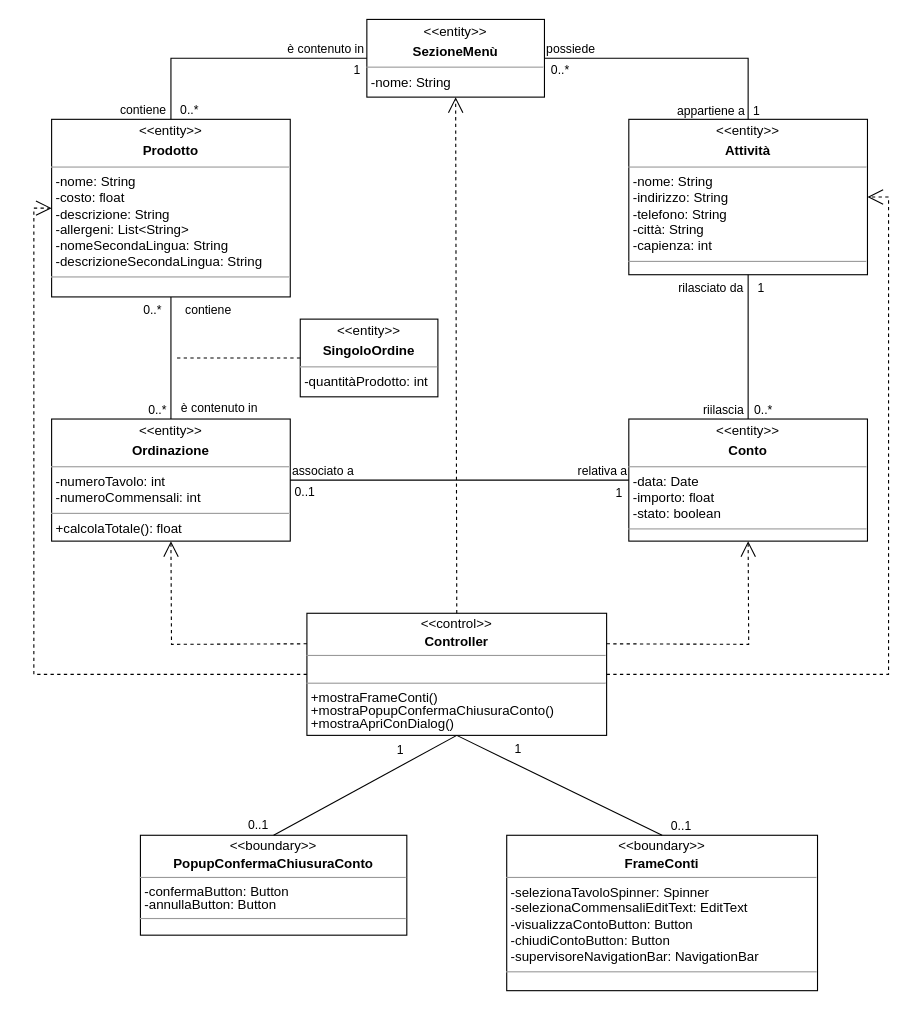
The draw.io diagram Documentazione/Class Diagram/Analisi/drawio/Analysis Class Diagram - Gestisce Conto.drawio in vittorioruggiero/Progetto-IngSw, before the edit. Source tidied: cells renumbered, new cells numbered last; positions are measured from the earlier drawing's top-left corner, leaving out a move shared by most shapes. Both pictures are drawn from the tidied source at 111%, with x=0, y=0 at pixel (33, 19).
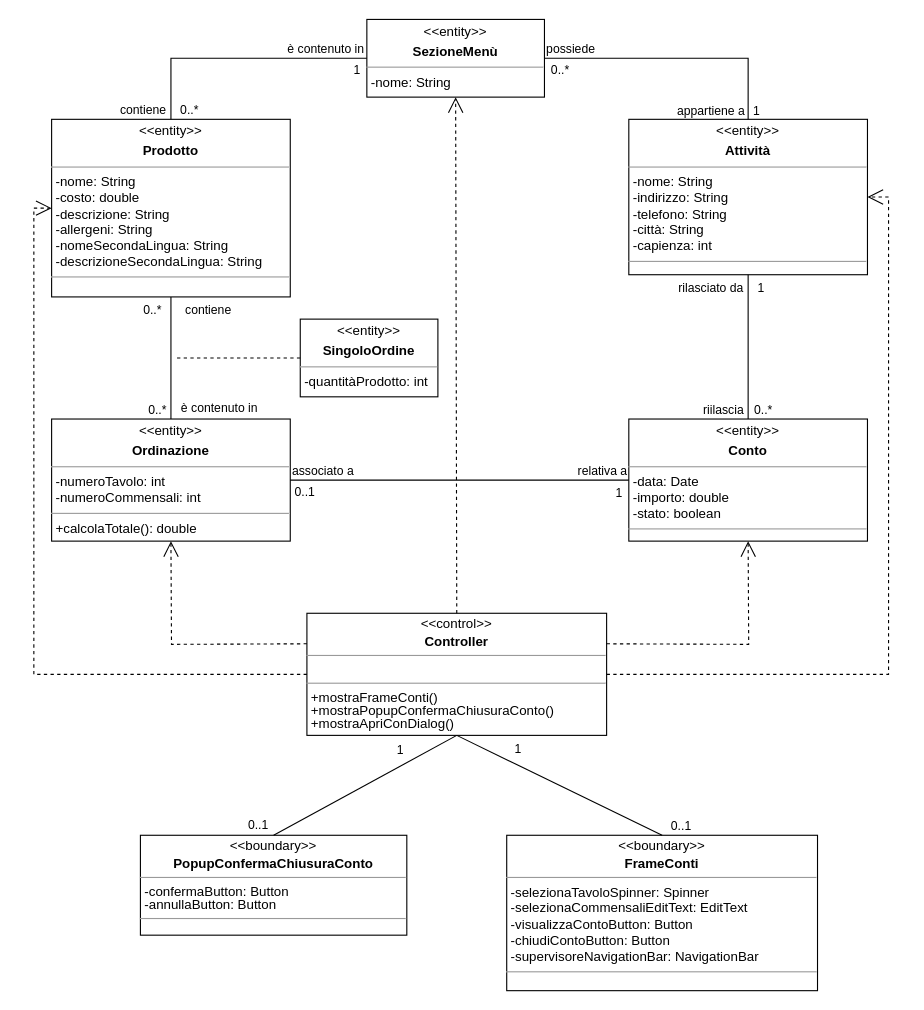
The same page after the edit.

Diff of the diagram source:
```diff
@@
-    <mxCell id="11" value="&lt;p style=&quot;text-align: center; margin: 4px 0px 0px;&quot;&gt;&amp;lt;&amp;lt;entity&amp;gt;&amp;gt;&lt;/p&gt;&lt;p style=&quot;text-align: center; margin: 4px 0px 0px;&quot;&gt;&lt;b&gt;Ordinazione&lt;/b&gt;&lt;/p&gt;&lt;hr size=&quot;1&quot;&gt;&lt;p style=&quot;margin:0px;margin-left:4px;&quot;&gt;-numeroTavolo: int&lt;/p&gt;&lt;p style=&quot;margin:0px;margin-left:4px;&quot;&gt;-numeroCommensali: int&lt;/p&gt;&lt;hr size=&quot;1&quot;&gt;&lt;p style=&quot;margin:0px;margin-left:4px;&quot;&gt;+calcolaTotale(): float&lt;/p&gt;" style="verticalAlign=top;align=left;overflow=fill;fontSize=12;fontFamily=Helvetica;html=1;" parent="1" vertex="1">
+    <mxCell id="11" value="&lt;p style=&quot;text-align: center; margin: 4px 0px 0px;&quot;&gt;&amp;lt;&amp;lt;entity&amp;gt;&amp;gt;&lt;/p&gt;&lt;p style=&quot;text-align: center; margin: 4px 0px 0px;&quot;&gt;&lt;b&gt;Ordinazione&lt;/b&gt;&lt;/p&gt;&lt;hr size=&quot;1&quot;&gt;&lt;p style=&quot;margin:0px;margin-left:4px;&quot;&gt;-numeroTavolo: int&lt;/p&gt;&lt;p style=&quot;margin:0px;margin-left:4px;&quot;&gt;-numeroCommensali: int&lt;/p&gt;&lt;hr size=&quot;1&quot;&gt;&lt;p style=&quot;margin:0px;margin-left:4px;&quot;&gt;+calcolaTotale(): double&lt;/p&gt;" style="verticalAlign=top;align=left;overflow=fill;fontSize=12;fontFamily=Helvetica;html=1;" parent="1" vertex="1">
       <mxGeometry x="16" y="360" width="215" height="110" as="geometry" />
     </mxCell>
-    <mxCell id="12" value="&lt;p style=&quot;margin:0px;margin-top:4px;text-align:center;&quot;&gt;&amp;lt;&amp;lt;entity&amp;gt;&amp;gt;&lt;/p&gt;&lt;p style=&quot;margin:0px;margin-top:4px;text-align:center;&quot;&gt;&lt;b&gt;Prodotto&lt;/b&gt;&lt;/p&gt;&lt;hr size=&quot;1&quot;&gt;&lt;p style=&quot;margin:0px;margin-left:4px;&quot;&gt;-nome: String&lt;br&gt;&lt;/p&gt;&lt;p style=&quot;margin:0px;margin-left:4px;&quot;&gt;-costo: float&lt;/p&gt;&lt;p style=&quot;margin:0px;margin-left:4px;&quot;&gt;-descrizione: String&lt;/p&gt;&lt;p style=&quot;margin:0px;margin-left:4px;&quot;&gt;-allergeni: List&amp;lt;String&amp;gt;&lt;/p&gt;&lt;p style=&quot;margin:0px;margin-left:4px;&quot;&gt;-nomeSecondaLingua: String&lt;/p&gt;&lt;p style=&quot;margin:0px;margin-left:4px;&quot;&gt;-descrizioneSecondaLingua: String&lt;/p&gt;&lt;hr size=&quot;1&quot;&gt;&lt;p style=&quot;margin:0px;margin-left:4px;&quot;&gt;&lt;br&gt;&lt;/p&gt;" style="verticalAlign=top;align=left;overflow=fill;fontSize=12;fontFamily=Helvetica;html=1;" parent="1" vertex="1">
+    <mxCell id="12" value="&lt;p style=&quot;margin:0px;margin-top:4px;text-align:center;&quot;&gt;&amp;lt;&amp;lt;entity&amp;gt;&amp;gt;&lt;/p&gt;&lt;p style=&quot;margin:0px;margin-top:4px;text-align:center;&quot;&gt;&lt;b&gt;Prodotto&lt;/b&gt;&lt;/p&gt;&lt;hr size=&quot;1&quot;&gt;&lt;p style=&quot;margin:0px;margin-left:4px;&quot;&gt;-nome: String&lt;br&gt;&lt;/p&gt;&lt;p style=&quot;margin:0px;margin-left:4px;&quot;&gt;-costo: double&lt;/p&gt;&lt;p style=&quot;margin:0px;margin-left:4px;&quot;&gt;-descrizione: String&lt;/p&gt;&lt;p style=&quot;margin:0px;margin-left:4px;&quot;&gt;-allergeni: String&lt;/p&gt;&lt;p style=&quot;margin:0px;margin-left:4px;&quot;&gt;-nomeSecondaLingua: String&lt;/p&gt;&lt;p style=&quot;margin:0px;margin-left:4px;&quot;&gt;-descrizioneSecondaLingua: String&lt;/p&gt;&lt;hr size=&quot;1&quot;&gt;&lt;p style=&quot;margin:0px;margin-left:4px;&quot;&gt;&lt;br&gt;&lt;/p&gt;" style="verticalAlign=top;align=left;overflow=fill;fontSize=12;fontFamily=Helvetica;html=1;" parent="1" vertex="1">
       <mxGeometry x="16" y="90" width="215" height="160" as="geometry" />
     </mxCell>
@@
-    <mxCell id="21" value="&lt;p style=&quot;text-align: center; margin: 4px 0px 0px;&quot;&gt;&amp;lt;&amp;lt;entity&amp;gt;&amp;gt;&lt;/p&gt;&lt;p style=&quot;text-align: center; margin: 4px 0px 0px;&quot;&gt;&lt;b&gt;Conto&lt;/b&gt;&lt;/p&gt;&lt;hr size=&quot;1&quot;&gt;&lt;p style=&quot;margin:0px;margin-left:4px;&quot;&gt;-data: Date&lt;/p&gt;&lt;p style=&quot;margin:0px;margin-left:4px;&quot;&gt;-importo: float&lt;/p&gt;&lt;p style=&quot;margin:0px;margin-left:4px;&quot;&gt;-stato: boolean&lt;/p&gt;&lt;hr size=&quot;1&quot;&gt;&lt;p style=&quot;margin:0px;margin-left:4px;&quot;&gt;&lt;br&gt;&lt;/p&gt;" style="verticalAlign=top;align=left;overflow=fill;fontSize=12;fontFamily=Helvetica;html=1;" parent="1" vertex="1">
+    <mxCell id="21" value="&lt;p style=&quot;text-align: center; margin: 4px 0px 0px;&quot;&gt;&amp;lt;&amp;lt;entity&amp;gt;&amp;gt;&lt;/p&gt;&lt;p style=&quot;text-align: center; margin: 4px 0px 0px;&quot;&gt;&lt;b&gt;Conto&lt;/b&gt;&lt;/p&gt;&lt;hr size=&quot;1&quot;&gt;&lt;p style=&quot;margin:0px;margin-left:4px;&quot;&gt;-data: Date&lt;/p&gt;&lt;p style=&quot;margin:0px;margin-left:4px;&quot;&gt;-importo: double&lt;/p&gt;&lt;p style=&quot;margin:0px;margin-left:4px;&quot;&gt;-stato: boolean&lt;/p&gt;&lt;hr size=&quot;1&quot;&gt;&lt;p style=&quot;margin:0px;margin-left:4px;&quot;&gt;&lt;br&gt;&lt;/p&gt;" style="verticalAlign=top;align=left;overflow=fill;fontSize=12;fontFamily=Helvetica;html=1;" parent="1" vertex="1">
       <mxGeometry x="536" y="360" width="215" height="110" as="geometry" />
     </mxCell>
```
